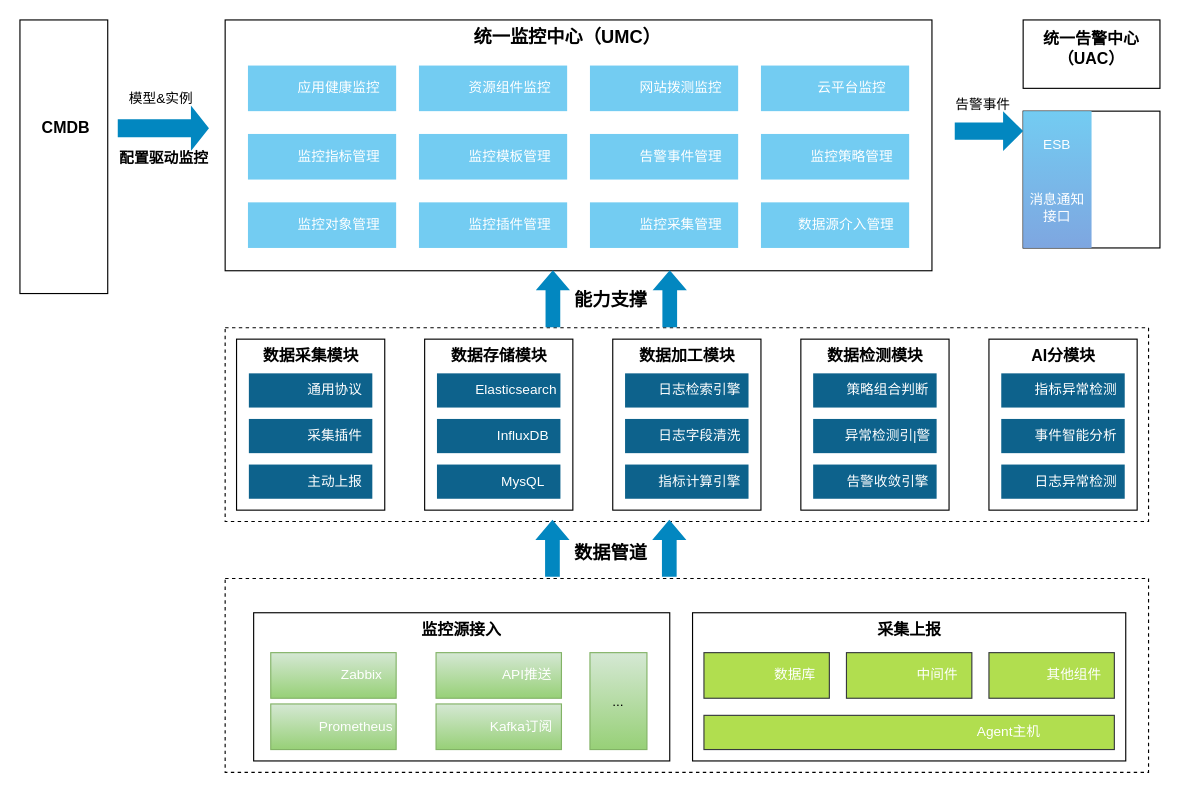
GrissonWu07/somearc keeps this draw.io diagram as page "统一监控中心" (8 of 10) of Some CMP Arc.drawio. Above is the earlier version. Source tidied: cells renumbered, new cells numbered last; positions are measured from the earlier drawing's top-left corner, leaving out a move shared by most shapes. Both pictures are drawn from the tidied source at 114%, with x=0, y=0 at pixel (19, 19). Pictures stored in the file or linked from it are replaced by grey dashed boxes.
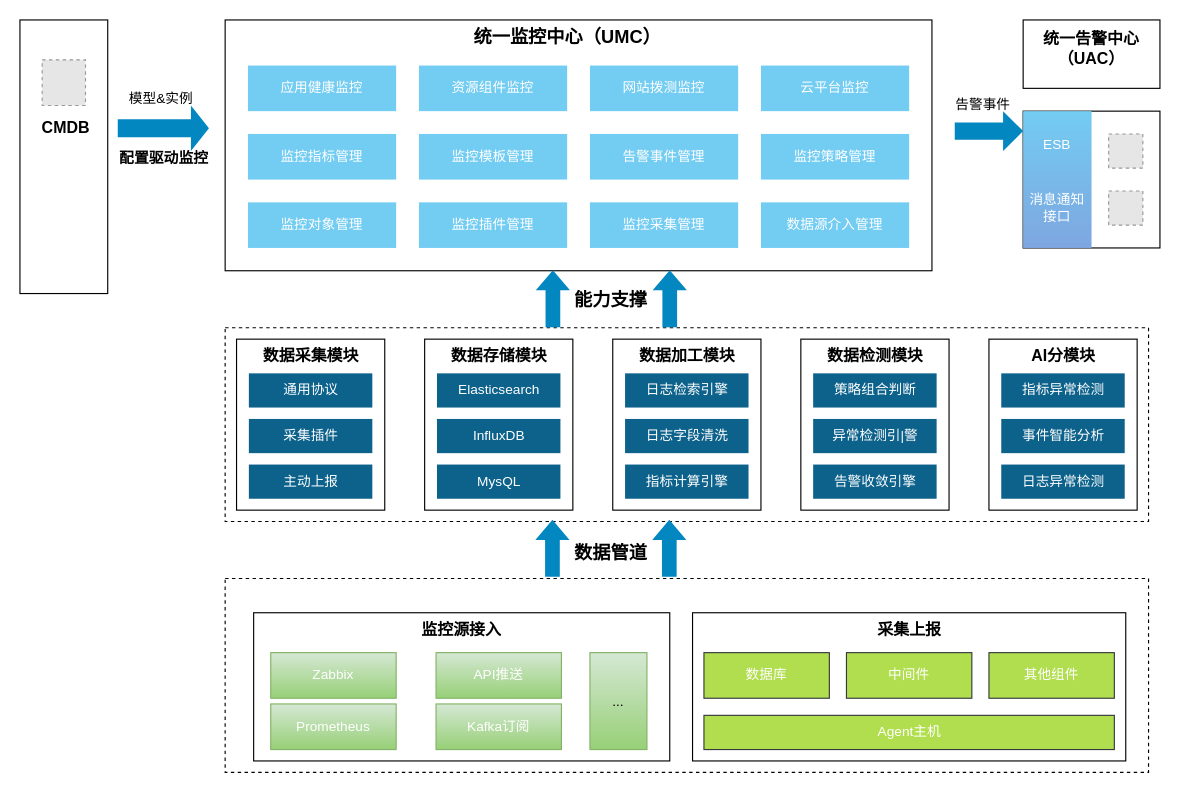
After the change.

Unchanged cells that the change refers to:
```xml
<mxCell id="40" style="group;" parent="1" vertex="1">
  <mxGeometry x="850" y="280" width="130" height="150" as="geometry" />
</mxCell>
<mxCell id="49" style="group;" parent="1" vertex="1">
  <mxGeometry x="685" y="280" width="130" height="150" as="geometry" />
</mxCell>
<mxCell id="58" style="group;" parent="1" vertex="1">
  <mxGeometry x="520" y="280" width="130" height="150" as="geometry" />
</mxCell>
<mxCell id="67" style="group;fontSize=12;" parent="1" vertex="1">
  <mxGeometry x="355" y="280" width="130" height="150" as="geometry" />
</mxCell>
<mxCell id="76" style="group;" parent="1" vertex="1">
  <mxGeometry x="190" y="280" width="130" height="150" as="geometry" />
</mxCell>
```

Diff of the diagram source:
```diff
@@
     <mxCell id="11" value="应用健康监控" style="text;html=1;strokeColor=none;fillColor=none;align=center;verticalAlign=middle;whiteSpace=wrap;rounded=0;fontColor=#ffffff;" parent="1" vertex="1">
-      <mxGeometry x="240" y="45" width="80" height="30" as="geometry" />
+      <mxGeometry x="225" y="45" width="80" height="30" as="geometry" />
     </mxCell>
@@
     <mxCell id="13" value="资源组件监控" style="text;html=1;strokeColor=none;fillColor=none;align=center;verticalAlign=middle;whiteSpace=wrap;rounded=0;fontColor=#ffffff;" parent="1" vertex="1">
-      <mxGeometry x="390" y="45" width="80" height="30" as="geometry" />
+      <mxGeometry x="375" y="45" width="80" height="30" as="geometry" />
     </mxCell>
@@
     <mxCell id="15" value="网站拨测监控" style="text;html=1;strokeColor=none;fillColor=none;align=center;verticalAlign=middle;whiteSpace=wrap;rounded=0;fontColor=#ffffff;" parent="1" vertex="1">
-      <mxGeometry x="540" y="45" width="80" height="30" as="geometry" />
+      <mxGeometry x="525" y="45" width="80" height="30" as="geometry" />
     </mxCell>
@@
     <mxCell id="17" value="云平台监控" style="text;html=1;strokeColor=none;fillColor=none;align=center;verticalAlign=middle;whiteSpace=wrap;rounded=0;fontColor=#ffffff;" parent="1" vertex="1">
-      <mxGeometry x="690" y="45" width="80" height="30" as="geometry" />
+      <mxGeometry x="675" y="45" width="80" height="30" as="geometry" />
     </mxCell>
@@
     <mxCell id="19" value="监控指标管理" style="text;html=1;strokeColor=none;fillColor=none;align=center;verticalAlign=middle;whiteSpace=wrap;rounded=0;fontColor=#ffffff;" parent="1" vertex="1">
-      <mxGeometry x="240" y="105" width="80" height="30" as="geometry" />
+      <mxGeometry x="225" y="105" width="80" height="30" as="geometry" />
     </mxCell>
@@
     <mxCell id="21" value="监控模板管理" style="text;html=1;strokeColor=none;fillColor=none;align=center;verticalAlign=middle;whiteSpace=wrap;rounded=0;fontColor=#ffffff;" parent="1" vertex="1">
-      <mxGeometry x="390" y="105" width="80" height="30" as="geometry" />
+      <mxGeometry x="375" y="105" width="80" height="30" as="geometry" />
     </mxCell>
@@
     <mxCell id="23" value="告警事件管理" style="text;html=1;strokeColor=none;fillColor=none;align=center;verticalAlign=middle;whiteSpace=wrap;rounded=0;fontColor=#ffffff;" parent="1" vertex="1">
-      <mxGeometry x="540" y="105" width="80" height="30" as="geometry" />
+      <mxGeometry x="525" y="105" width="80" height="30" as="geometry" />
     </mxCell>
@@
     <mxCell id="25" value="监控策略管理" style="text;html=1;strokeColor=none;fillColor=none;align=center;verticalAlign=middle;whiteSpace=wrap;rounded=0;fontColor=#ffffff;" parent="1" vertex="1">
-      <mxGeometry x="690" y="105" width="80" height="30" as="geometry" />
+      <mxGeometry x="675" y="105" width="80" height="30" as="geometry" />
     </mxCell>
@@
     <mxCell id="27" value="监控对象管理" style="text;html=1;strokeColor=none;fillColor=none;align=center;verticalAlign=middle;whiteSpace=wrap;rounded=0;fontColor=#ffffff;" parent="1" vertex="1">
-      <mxGeometry x="240" y="165" width="80" height="30" as="geometry" />
+      <mxGeometry x="225" y="165" width="80" height="30" as="geometry" />
     </mxCell>
@@
     <mxCell id="29" value="监控插件管理" style="text;html=1;strokeColor=none;fillColor=none;align=center;verticalAlign=middle;whiteSpace=wrap;rounded=0;fontColor=#ffffff;" parent="1" vertex="1">
-      <mxGeometry x="390" y="165" width="80" height="30" as="geometry" />
+      <mxGeometry x="375" y="165" width="80" height="30" as="geometry" />
     </mxCell>
@@
     <mxCell id="31" value="监控采集管理" style="text;html=1;strokeColor=none;fillColor=none;align=center;verticalAlign=middle;whiteSpace=wrap;rounded=0;fontColor=#ffffff;" parent="1" vertex="1">
-      <mxGeometry x="540" y="165" width="80" height="30" as="geometry" />
+      <mxGeometry x="525" y="165" width="80" height="30" as="geometry" />
     </mxCell>
@@
     <mxCell id="33" value="数据源介入管理" style="text;html=1;strokeColor=none;fillColor=none;align=center;verticalAlign=middle;whiteSpace=wrap;rounded=0;fontColor=#ffffff;" parent="1" vertex="1">
-      <mxGeometry x="680" y="165" width="90" height="30" as="geometry" />
+      <mxGeometry x="670" y="165" width="90" height="30" as="geometry" />
     </mxCell>
@@
     <mxCell id="44" value="指标异常检测" style="text;html=1;strokeColor=none;fillColor=none;align=center;verticalAlign=middle;whiteSpace=wrap;rounded=0;fontColor=#ffffff;" parent="40" vertex="1">
-      <mxGeometry x="32.5" y="32.5" width="86.7" height="25" as="geometry" />
+      <mxGeometry x="21.7" y="32.5" width="86.7" height="25" as="geometry" />
     </mxCell>
@@
     <mxCell id="46" value="事件智能分析" style="text;html=1;strokeColor=none;fillColor=none;align=center;verticalAlign=middle;whiteSpace=wrap;rounded=0;fontColor=#ffffff;" parent="40" vertex="1">
-      <mxGeometry x="32.5" y="72.5" width="86.7" height="25" as="geometry" />
+      <mxGeometry x="21.7" y="72.5" width="86.7" height="25" as="geometry" />
     </mxCell>
@@
     <mxCell id="48" value="日志异常检测" style="text;html=1;strokeColor=none;fillColor=none;align=center;verticalAlign=middle;whiteSpace=wrap;rounded=0;fontColor=#ffffff;" parent="40" vertex="1">
-      <mxGeometry x="32.5" y="112.5" width="86.7" height="25" as="geometry" />
+      <mxGeometry x="21.7" y="112.5" width="86.7" height="25" as="geometry" />
     </mxCell>
@@
     <mxCell id="53" value="策略组合判断" style="text;html=1;strokeColor=none;fillColor=none;align=center;verticalAlign=middle;whiteSpace=wrap;rounded=0;fontColor=#ffffff;" parent="49" vertex="1">
-      <mxGeometry x="32.5" y="32.5" width="86.7" height="25" as="geometry" />
+      <mxGeometry x="21.7" y="32.5" width="86.7" height="25" as="geometry" />
     </mxCell>
@@
     <mxCell id="55" value="异常检测引|警" style="text;html=1;strokeColor=none;fillColor=none;align=center;verticalAlign=middle;whiteSpace=wrap;rounded=0;fontColor=#ffffff;" parent="49" vertex="1">
-      <mxGeometry x="32.5" y="72.5" width="86.7" height="25" as="geometry" />
+      <mxGeometry x="21.7" y="72.5" width="86.7" height="25" as="geometry" />
     </mxCell>
@@
     <mxCell id="57" value="告警收敛引擎" style="text;html=1;strokeColor=none;fillColor=none;align=center;verticalAlign=middle;whiteSpace=wrap;rounded=0;fontColor=#ffffff;" parent="49" vertex="1">
-      <mxGeometry x="32.5" y="112.5" width="86.7" height="25" as="geometry" />
+      <mxGeometry x="21.7" y="112.5" width="86.7" height="25" as="geometry" />
     </mxCell>
@@
     <mxCell id="62" value="日志检索引擎" style="text;html=1;strokeColor=none;fillColor=none;align=center;verticalAlign=middle;whiteSpace=wrap;rounded=0;fontColor=#ffffff;" parent="58" vertex="1">
-      <mxGeometry x="32.5" y="32.5" width="86.7" height="25" as="geometry" />
+      <mxGeometry x="21.7" y="32.5" width="86.7" height="25" as="geometry" />
     </mxCell>
@@
     <mxCell id="64" value="日志字段清洗" style="text;html=1;strokeColor=none;fillColor=none;align=center;verticalAlign=middle;whiteSpace=wrap;rounded=0;fontColor=#ffffff;" parent="58" vertex="1">
-      <mxGeometry x="32.5" y="72.5" width="86.7" height="25" as="geometry" />
+      <mxGeometry x="21.7" y="72.5" width="86.7" height="25" as="geometry" />
     </mxCell>
@@
     <mxCell id="66" value="指标计算引擎" style="text;html=1;strokeColor=none;fillColor=none;align=center;verticalAlign=middle;whiteSpace=wrap;rounded=0;fontColor=#ffffff;" parent="58" vertex="1">
-      <mxGeometry x="32.5" y="112.5" width="86.7" height="25" as="geometry" />
+      <mxGeometry x="21.7" y="112.5" width="86.7" height="25" as="geometry" />
     </mxCell>
@@
     <mxCell id="71" value="Elasticsearch" style="text;html=1;strokeColor=none;fillColor=none;align=center;verticalAlign=middle;whiteSpace=wrap;rounded=0;fontColor=#ffffff;" parent="67" vertex="1">
-      <mxGeometry x="47.7" y="32.5" width="65" height="25" as="geometry" />
+      <mxGeometry x="32.5" y="32.5" width="65" height="25" as="geometry" />
     </mxCell>
@@
     <mxCell id="73" value="InfluxDB" style="text;html=1;strokeColor=none;fillColor=none;align=center;verticalAlign=middle;whiteSpace=wrap;rounded=0;fontColor=#ffffff;" parent="67" vertex="1">
-      <mxGeometry x="54.2" y="72.5" width="65" height="25" as="geometry" />
+      <mxGeometry x="32.5" y="72.5" width="65" height="25" as="geometry" />
     </mxCell>
@@
     <mxCell id="75" value="MysQL" style="text;html=1;strokeColor=none;fillColor=none;align=center;verticalAlign=middle;whiteSpace=wrap;rounded=0;fontColor=#ffffff;" parent="67" vertex="1">
-      <mxGeometry x="54.2" y="112.5" width="65" height="25" as="geometry" />
+      <mxGeometry x="32.5" y="112.5" width="65" height="25" as="geometry" />
     </mxCell>
@@
     <mxCell id="80" value="通用协议" style="text;html=1;strokeColor=none;fillColor=none;align=center;verticalAlign=middle;whiteSpace=wrap;rounded=0;fontColor=#ffffff;" parent="76" vertex="1">
-      <mxGeometry x="54.2" y="32.5" width="65" height="25" as="geometry" />
+      <mxGeometry x="32.5" y="32.5" width="65" height="25" as="geometry" />
     </mxCell>
@@
     <mxCell id="82" value="采集插件" style="text;html=1;strokeColor=none;fillColor=none;align=center;verticalAlign=middle;whiteSpace=wrap;rounded=0;fontColor=#ffffff;" parent="76" vertex="1">
-      <mxGeometry x="54.2" y="72.5" width="65" height="25" as="geometry" />
+      <mxGeometry x="32.5" y="72.5" width="65" height="25" as="geometry" />
     </mxCell>
@@
     <mxCell id="84" value="主动上报" style="text;html=1;strokeColor=none;fillColor=none;align=center;verticalAlign=middle;whiteSpace=wrap;rounded=0;fontColor=#ffffff;" parent="76" vertex="1">
-      <mxGeometry x="54.2" y="112.5" width="65" height="25" as="geometry" />
+      <mxGeometry x="32.5" y="112.5" width="65" height="25" as="geometry" />
     </mxCell>
@@
     <mxCell id="89" value="Zabbix" style="text;html=1;strokeColor=none;fillColor=none;align=center;verticalAlign=middle;whiteSpace=wrap;rounded=0;fontColor=#ffffff;" parent="1" vertex="1">
-      <mxGeometry x="270" y="560" width="60" height="30" as="geometry" />
+      <mxGeometry x="245" y="560" width="60" height="30" as="geometry" />
     </mxCell>
@@
     <mxCell id="91" value="Prometheus" style="text;html=1;strokeColor=none;fillColor=none;align=center;verticalAlign=middle;whiteSpace=wrap;rounded=0;fontColor=#ffffff;" parent="1" vertex="1">
-      <mxGeometry x="265" y="605" width="60" height="30" as="geometry" />
+      <mxGeometry x="245" y="605" width="60" height="30" as="geometry" />
     </mxCell>
@@
     <mxCell id="93" value="API推送" style="text;html=1;strokeColor=none;fillColor=none;align=center;verticalAlign=middle;whiteSpace=wrap;rounded=0;fontColor=#ffffff;" parent="1" vertex="1">
-      <mxGeometry x="415" y="560" width="60" height="30" as="geometry" />
+      <mxGeometry x="390" y="560" width="60" height="30" as="geometry" />
     </mxCell>
@@
     <mxCell id="95" value="Kafka订阅" style="text;html=1;strokeColor=none;fillColor=none;align=center;verticalAlign=middle;whiteSpace=wrap;rounded=0;fontColor=#ffffff;" parent="1" vertex="1">
-      <mxGeometry x="410" y="605" width="60" height="30" as="geometry" />
+      <mxGeometry x="390" y="605" width="60" height="30" as="geometry" />
     </mxCell>
@@
     <mxCell id="99" value="数据库" style="text;html=1;strokeColor=none;fillColor=none;align=center;verticalAlign=middle;whiteSpace=wrap;rounded=0;fontColor=#ffffff;" parent="1" vertex="1">
-      <mxGeometry x="650" y="560" width="60" height="30" as="geometry" />
+      <mxGeometry x="625" y="560" width="60" height="30" as="geometry" />
     </mxCell>
@@
     <mxCell id="101" value="中间件" style="text;html=1;strokeColor=none;fillColor=none;align=center;verticalAlign=middle;whiteSpace=wrap;rounded=0;fontColor=#ffffff;" parent="1" vertex="1">
-      <mxGeometry x="775" y="560" width="60" height="30" as="geometry" />
+      <mxGeometry x="750" y="560" width="60" height="30" as="geometry" />
     </mxCell>
@@
     <mxCell id="103" value="其他组件" style="text;html=1;strokeColor=none;fillColor=none;align=center;verticalAlign=middle;whiteSpace=wrap;rounded=0;fontColor=#ffffff;" parent="1" vertex="1">
-      <mxGeometry x="895" y="560" width="60" height="30" as="geometry" />
+      <mxGeometry x="875" y="560" width="60" height="30" as="geometry" />
     </mxCell>
@@
     <mxCell id="105" value="Agent主机" style="text;html=1;strokeColor=none;fillColor=none;align=center;verticalAlign=middle;whiteSpace=wrap;rounded=0;fontColor=#ffffff;" parent="1" vertex="1">
-      <mxGeometry x="835" y="610" width="65" height="30" as="geometry" />
+      <mxGeometry x="747.5" y="610" width="65" height="30" as="geometry" />
     </mxCell>
@@
+    <mxCell id="115" style="fillColor=#E6E6E6;strokeColor=#999999;dashed=1;verticalLabelPosition=bottom;labelBackgroundColor=default;verticalAlign=top;" parent="1" vertex="1">
+      <mxGeometry x="19.5" y="35" width="38" height="40" as="geometry" />
+    </mxCell>
+    <mxCell id="116" style="fillColor=#E6E6E6;strokeColor=#999999;dashed=1;verticalLabelPosition=bottom;verticalAlign=top;" parent="1" vertex="1">
+      <mxGeometry x="955" y="150" width="30" height="30" as="geometry" />
+    </mxCell>
+    <mxCell id="117" style="fillColor=#E6E6E6;strokeColor=#999999;dashed=1;verticalLabelPosition=bottom;verticalAlign=top;" parent="1" vertex="1">
+      <mxGeometry x="955" y="100" width="30" height="30" as="geometry" />
+    </mxCell>
```
